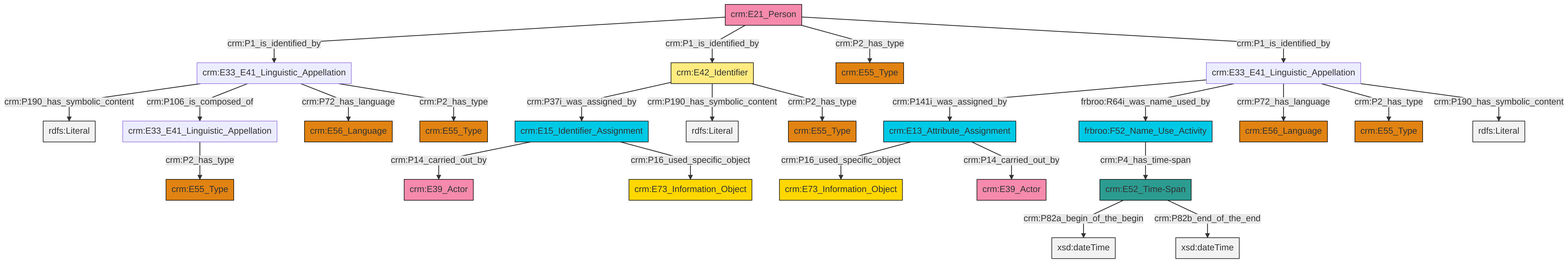
Before: et/personCSV/ttl/mmd/png/Person_Names_and_Classification.png, a diagram exported from Mermaid (swiss-art-research-net/docs.swissartresearch). Its source is kept beside it as et/personCSV/ttl/mmd/Person_Names_and_Classification.ttl.mmd. Its diagram source:
```mermaid
graph TD
classDef Literal fill:#f2f2f2,stroke:#000000;
classDef CRM_Entity fill:#FFFFFF,stroke:#000000;
classDef Temporal_Entity fill:#00C9E6, stroke:#000000;
classDef Type fill:#E18312, stroke:#000000;
classDef Time-Span fill:#2C9C91, stroke:#000000;
classDef Appellation fill:#FFEB7F, stroke:#000000;
classDef Place fill:#008836, stroke:#000000;
classDef Persistent_Item fill:#B266B2, stroke:#000000;
classDef Conceptual_Object fill:#FFD700, stroke:#000000;
classDef Physical_Thing fill:#D2B48C, stroke:#000000;
classDef Actor fill:#f58aad, stroke:#000000;
classDef PC_Classes fill:#4ce600, stroke:#000000;
classDef Multi fill:#cccccc,stroke:#000000;

0["crm:E42_Identifier"]:::Appellation -->|crm:P37i_was_assigned_by| 1["crm:E15_Identifier_Assignment"]:::Temporal_Entity
6["crm:E33_E41_Linguistic_Appellation"]:::Default -->|crm:P2_has_type| 7["crm:E55_Type"]:::Type
9["crm:E52_Time-Span"]:::Time-Span -->|crm:P82a_begin_of_the_begin| 10[xsd:dateTime]:::Literal
11["crm:E33_E41_Linguistic_Appellation"]:::Default -->|crm:P141i_was_assigned_by| 12["crm:E13_Attribute_Assignment"]:::Temporal_Entity
11["crm:E33_E41_Linguistic_Appellation"]:::Default -->|frbroo:R64i_was_name_used_by| 17["frbroo:F52_Name_Use_Activity"]:::Temporal_Entity
12["crm:E13_Attribute_Assignment"]:::Temporal_Entity -->|crm:P16_used_specific_object| 20["crm:E73_Information_Object"]:::Conceptual_Object
11["crm:E33_E41_Linguistic_Appellation"]:::Default -->|crm:P72_has_language| 21["crm:E56_Language"]:::Type
22["crm:E21_Person"]:::Actor -->|crm:P1_is_identified_by| 14["crm:E33_E41_Linguistic_Appellation"]:::Default
0["crm:E42_Identifier"]:::Appellation -->|crm:P190_has_symbolic_content| 23[rdfs:Literal]:::Literal
17["frbroo:F52_Name_Use_Activity"]:::Temporal_Entity -->|crm:P4_has_time-span| 9["crm:E52_Time-Span"]:::Time-Span
0["crm:E42_Identifier"]:::Appellation -->|crm:P2_has_type| 24["crm:E55_Type"]:::Type
22["crm:E21_Person"]:::Actor -->|crm:P1_is_identified_by| 0["crm:E42_Identifier"]:::Appellation
9["crm:E52_Time-Span"]:::Time-Span -->|crm:P82b_end_of_the_end| 29[xsd:dateTime]:::Literal
14["crm:E33_E41_Linguistic_Appellation"]:::Default -->|crm:P190_has_symbolic_content| 31[rdfs:Literal]:::Literal
22["crm:E21_Person"]:::Actor -->|crm:P2_has_type| 32["crm:E55_Type"]:::Type
14["crm:E33_E41_Linguistic_Appellation"]:::Default -->|crm:P106_is_composed_of| 6["crm:E33_E41_Linguistic_Appellation"]:::Default
11["crm:E33_E41_Linguistic_Appellation"]:::Default -->|crm:P2_has_type| 33["crm:E55_Type"]:::Type
1["crm:E15_Identifier_Assignment"]:::Temporal_Entity -->|crm:P14_carried_out_by| 36["crm:E39_Actor"]:::Actor
22["crm:E21_Person"]:::Actor -->|crm:P1_is_identified_by| 11["crm:E33_E41_Linguistic_Appellation"]:::Default
11["crm:E33_E41_Linguistic_Appellation"]:::Default -->|crm:P190_has_symbolic_content| 41[rdfs:Literal]:::Literal
14["crm:E33_E41_Linguistic_Appellation"]:::Default -->|crm:P72_has_language| 18["crm:E56_Language"]:::Type
12["crm:E13_Attribute_Assignment"]:::Temporal_Entity -->|crm:P14_carried_out_by| 38["crm:E39_Actor"]:::Actor
14["crm:E33_E41_Linguistic_Appellation"]:::Default -->|crm:P2_has_type| 2["crm:E55_Type"]:::Type
1["crm:E15_Identifier_Assignment"]:::Temporal_Entity -->|crm:P16_used_specific_object| 4["crm:E73_Information_Object"]:::Conceptual_Object
```
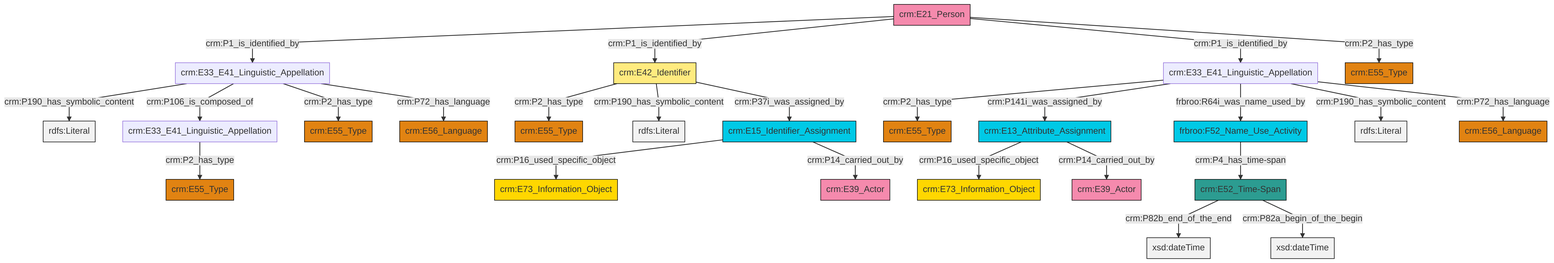
Later version of the same file.

What changed in the source:
```diff
@@ -13,27 +13,27 @@
 classDef PC_Classes fill:#4ce600, stroke:#000000;
 classDef Multi fill:#cccccc,stroke:#000000;
 
-0["crm:E42_Identifier"]:::Appellation -->|crm:P37i_was_assigned_by| 1["crm:E15_Identifier_Assignment"]:::Temporal_Entity
+0["crm:E13_Attribute_Assignment"]:::Temporal_Entity -->|crm:P16_used_specific_object| 1["crm:E73_Information_Object"]:::Conceptual_Object
+2["crm:E15_Identifier_Assignment"]:::Temporal_Entity -->|crm:P16_used_specific_object| 3["crm:E73_Information_Object"]:::Conceptual_Object
+4["crm:E52_Time-Span"]:::Time-Span -->|crm:P82b_end_of_the_end| 5[xsd:dateTime]:::Literal
 6["crm:E33_E41_Linguistic_Appellation"]:::Default -->|crm:P2_has_type| 7["crm:E55_Type"]:::Type
-9["crm:E52_Time-Span"]:::Time-Span -->|crm:P82a_begin_of_the_begin| 10[xsd:dateTime]:::Literal
-11["crm:E33_E41_Linguistic_Appellation"]:::Default -->|crm:P141i_was_assigned_by| 12["crm:E13_Attribute_Assignment"]:::Temporal_Entity
-11["crm:E33_E41_Linguistic_Appellation"]:::Default -->|frbroo:R64i_was_name_used_by| 17["frbroo:F52_Name_Use_Activity"]:::Temporal_Entity
-12["crm:E13_Attribute_Assignment"]:::Temporal_Entity -->|crm:P16_used_specific_object| 20["crm:E73_Information_Object"]:::Conceptual_Object
-11["crm:E33_E41_Linguistic_Appellation"]:::Default -->|crm:P72_has_language| 21["crm:E56_Language"]:::Type
-22["crm:E21_Person"]:::Actor -->|crm:P1_is_identified_by| 14["crm:E33_E41_Linguistic_Appellation"]:::Default
-0["crm:E42_Identifier"]:::Appellation -->|crm:P190_has_symbolic_content| 23[rdfs:Literal]:::Literal
-17["frbroo:F52_Name_Use_Activity"]:::Temporal_Entity -->|crm:P4_has_time-span| 9["crm:E52_Time-Span"]:::Time-Span
-0["crm:E42_Identifier"]:::Appellation -->|crm:P2_has_type| 24["crm:E55_Type"]:::Type
-22["crm:E21_Person"]:::Actor -->|crm:P1_is_identified_by| 0["crm:E42_Identifier"]:::Appellation
-9["crm:E52_Time-Span"]:::Time-Span -->|crm:P82b_end_of_the_end| 29[xsd:dateTime]:::Literal
-14["crm:E33_E41_Linguistic_Appellation"]:::Default -->|crm:P190_has_symbolic_content| 31[rdfs:Literal]:::Literal
-22["crm:E21_Person"]:::Actor -->|crm:P2_has_type| 32["crm:E55_Type"]:::Type
-14["crm:E33_E41_Linguistic_Appellation"]:::Default -->|crm:P106_is_composed_of| 6["crm:E33_E41_Linguistic_Appellation"]:::Default
-11["crm:E33_E41_Linguistic_Appellation"]:::Default -->|crm:P2_has_type| 33["crm:E55_Type"]:::Type
-1["crm:E15_Identifier_Assignment"]:::Temporal_Entity -->|crm:P14_carried_out_by| 36["crm:E39_Actor"]:::Actor
-22["crm:E21_Person"]:::Actor -->|crm:P1_is_identified_by| 11["crm:E33_E41_Linguistic_Appellation"]:::Default
-11["crm:E33_E41_Linguistic_Appellation"]:::Default -->|crm:P190_has_symbolic_content| 41[rdfs:Literal]:::Literal
-14["crm:E33_E41_Linguistic_Appellation"]:::Default -->|crm:P72_has_language| 18["crm:E56_Language"]:::Type
-12["crm:E13_Attribute_Assignment"]:::Temporal_Entity -->|crm:P14_carried_out_by| 38["crm:E39_Actor"]:::Actor
-14["crm:E33_E41_Linguistic_Appellation"]:::Default -->|crm:P2_has_type| 2["crm:E55_Type"]:::Type
-1["crm:E15_Identifier_Assignment"]:::Temporal_Entity -->|crm:P16_used_specific_object| 4["crm:E73_Information_Object"]:::Conceptual_Object
+8["crm:E33_E41_Linguistic_Appellation"]:::Default -->|crm:P190_has_symbolic_content| 9[rdfs:Literal]:::Literal
+12["crm:E21_Person"]:::Actor -->|crm:P1_is_identified_by| 8["crm:E33_E41_Linguistic_Appellation"]:::Default
+6["crm:E33_E41_Linguistic_Appellation"]:::Default -->|crm:P141i_was_assigned_by| 0["crm:E13_Attribute_Assignment"]:::Temporal_Entity
+8["crm:E33_E41_Linguistic_Appellation"]:::Default -->|crm:P106_is_composed_of| 17["crm:E33_E41_Linguistic_Appellation"]:::Default
+19["crm:E42_Identifier"]:::Appellation -->|crm:P2_has_type| 20["crm:E55_Type"]:::Type
+6["crm:E33_E41_Linguistic_Appellation"]:::Default -->|frbroo:R64i_was_name_used_by| 21["frbroo:F52_Name_Use_Activity"]:::Temporal_Entity
+4["crm:E52_Time-Span"]:::Time-Span -->|crm:P82a_begin_of_the_begin| 24[xsd:dateTime]:::Literal
+0["crm:E13_Attribute_Assignment"]:::Temporal_Entity -->|crm:P14_carried_out_by| 13["crm:E39_Actor"]:::Actor
+2["crm:E15_Identifier_Assignment"]:::Temporal_Entity -->|crm:P14_carried_out_by| 28["crm:E39_Actor"]:::Actor
+6["crm:E33_E41_Linguistic_Appellation"]:::Default -->|crm:P190_has_symbolic_content| 29[rdfs:Literal]:::Literal
+19["crm:E42_Identifier"]:::Appellation -->|crm:P190_has_symbolic_content| 32[rdfs:Literal]:::Literal
+8["crm:E33_E41_Linguistic_Appellation"]:::Default -->|crm:P2_has_type| 15["crm:E55_Type"]:::Type
+12["crm:E21_Person"]:::Actor -->|crm:P1_is_identified_by| 19["crm:E42_Identifier"]:::Appellation
+12["crm:E21_Person"]:::Actor -->|crm:P1_is_identified_by| 6["crm:E33_E41_Linguistic_Appellation"]:::Default
+19["crm:E42_Identifier"]:::Appellation -->|crm:P37i_was_assigned_by| 2["crm:E15_Identifier_Assignment"]:::Temporal_Entity
+6["crm:E33_E41_Linguistic_Appellation"]:::Default -->|crm:P72_has_language| 30["crm:E56_Language"]:::Type
+17["crm:E33_E41_Linguistic_Appellation"]:::Default -->|crm:P2_has_type| 36["crm:E55_Type"]:::Type
+8["crm:E33_E41_Linguistic_Appellation"]:::Default -->|crm:P72_has_language| 41["crm:E56_Language"]:::Type
+21["frbroo:F52_Name_Use_Activity"]:::Temporal_Entity -->|crm:P4_has_time-span| 4["crm:E52_Time-Span"]:::Time-Span
+12["crm:E21_Person"]:::Actor -->|crm:P2_has_type| 25["crm:E55_Type"]:::Type
```
